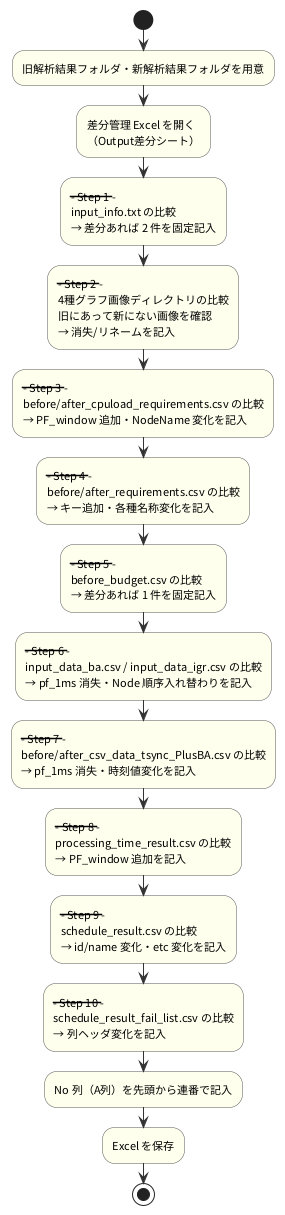
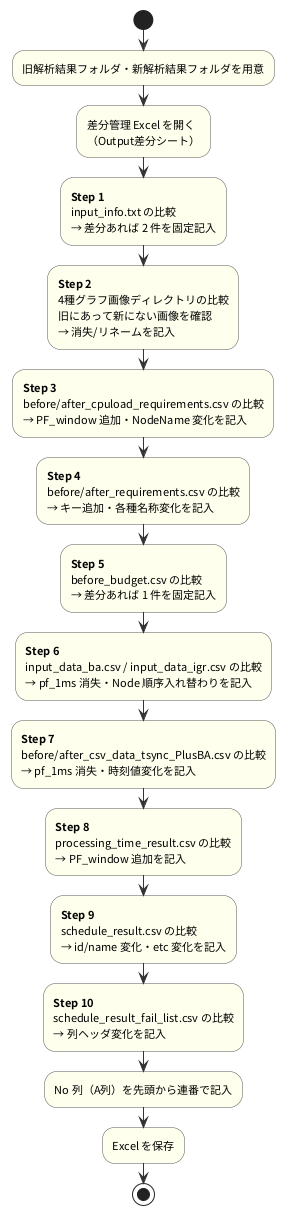
@startuml fig7_manual_procedure_overview
skinparam defaultFontName "Noto Sans CJK JP"
skinparam defaultFontSize 11
skinparam backgroundColor white
skinparam ArrowColor #333333
skinparam ActivityBorderColor #555555
skinparam ActivityBackgroundColor #FFFFEE
skinparam DecisionBackgroundColor #E8F4FF
skinparam DecisionBorderColor #3399CC
skinparam StartColor #228B22
skinparam EndColor #CC2222

start
:旧解析結果フォルダ・新解析結果フォルダを用意;
:差分管理 Excel を開く\n（Output差分シート）;

- :--- Step 1 ---\ninput_info.txt の比較\n→ 差分あれば 2 件を固定記入;
+ :**Step 1**\ninput_info.txt の比較\n→ 差分あれば 2 件を固定記入;

- :--- Step 2 ---\n4種グラフ画像ディレクトリの比較\n旧にあって新にない画像を確認\n→ 消失/リネームを記入;
+ :**Step 2**\n4種グラフ画像ディレクトリの比較\n旧にあって新にない画像を確認\n→ 消失/リネームを記入;

- :--- Step 3 ---\nbefore/after_cpuload_requirements.csv の比較\n→ PF_window 追加・NodeName 変化を記入;
+ :**Step 3**\nbefore/after_cpuload_requirements.csv の比較\n→ PF_window 追加・NodeName 変化を記入;

- :--- Step 4 ---\nbefore/after_requirements.csv の比較\n→ キー追加・各種名称変化を記入;
+ :**Step 4**\nbefore/after_requirements.csv の比較\n→ キー追加・各種名称変化を記入;

- :--- Step 5 ---\nbefore_budget.csv の比較\n→ 差分あれば 1 件を固定記入;
+ :**Step 5**\nbefore_budget.csv の比較\n→ 差分あれば 1 件を固定記入;

- :--- Step 6 ---\ninput_data_ba.csv / input_data_igr.csv の比較\n→ pf_1ms 消失・Node 順序入れ替わりを記入;
+ :**Step 6**\ninput_data_ba.csv / input_data_igr.csv の比較\n→ pf_1ms 消失・Node 順序入れ替わりを記入;

- :--- Step 7 ---\nbefore/after_csv_data_tsync_PlusBA.csv の比較\n→ pf_1ms 消失・時刻値変化を記入;
+ :**Step 7**\nbefore/after_csv_data_tsync_PlusBA.csv の比較\n→ pf_1ms 消失・時刻値変化を記入;

- :--- Step 8 ---\nprocessing_time_result.csv の比較\n→ PF_window 追加を記入;
+ :**Step 8**\nprocessing_time_result.csv の比較\n→ PF_window 追加を記入;

- :--- Step 9 ---\nschedule_result.csv の比較\n→ id/name 変化・etc 変化を記入;
+ :**Step 9**\nschedule_result.csv の比較\n→ id/name 変化・etc 変化を記入;

- :--- Step 10 ---\nschedule_result_fail_list.csv の比較\n→ 列ヘッダ変化を記入;
+ :**Step 10**\nschedule_result_fail_list.csv の比較\n→ 列ヘッダ変化を記入;

:No 列（A列）を先頭から連番で記入;
:Excel を保存;
stop
@enduml
